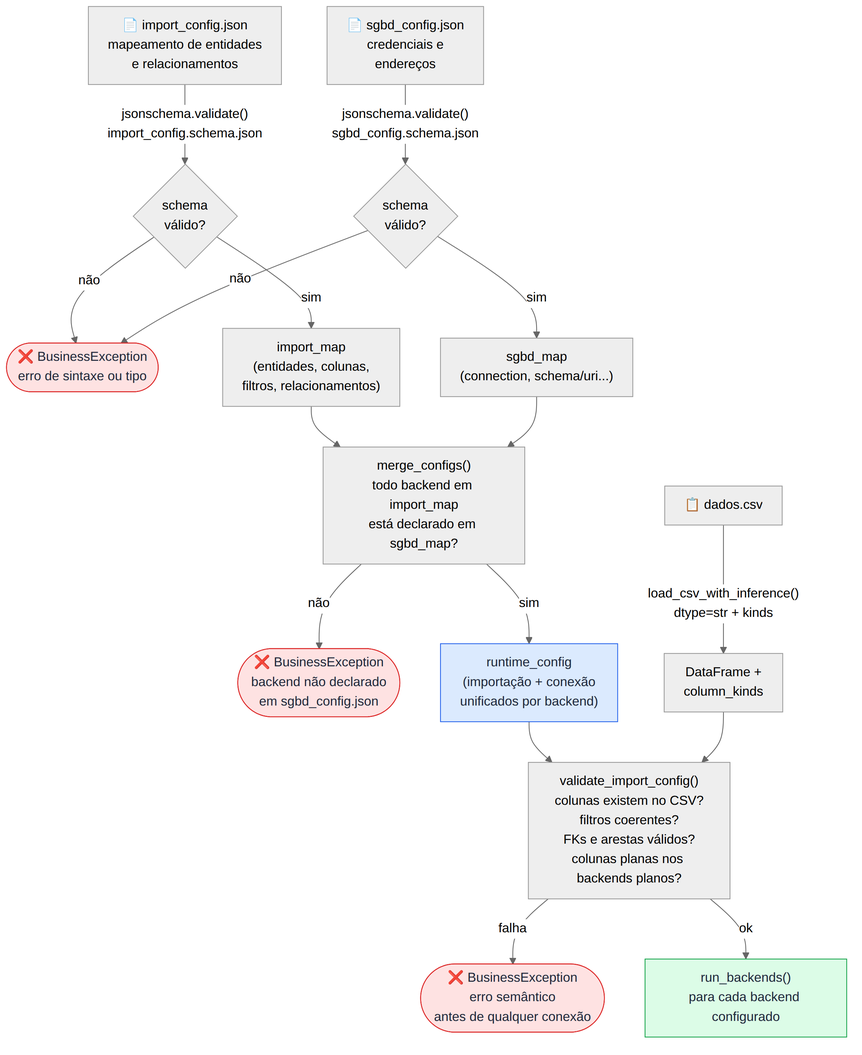
Above: docs-tcc/polyglot-tcc-latex-final/images/figure10-config-pipeline.png in lucasbc92/polyglot-import-csv (Mermaid), before the change. Its source is kept beside it as docs-tcc/polyglot-tcc-latex-final/images/figure10-config-pipeline.mmd. The source it was exported from:
```mermaid
flowchart TD
    A["📄 import_config.json\nmapeamento de entidades\ne relacionamentos"] -->|"jsonschema.validate()\nimport_config.schema.json"| B{schema\nválido?}
    C["📄 sgbd_config.json\ncredenciais e\nendereços"] -->|"jsonschema.validate()\nsgbd_config.schema.json"| D{schema\nválido?}

    B -->|não| E(["❌ BusinessException\nerro de sintaxe ou tipo"])
    D -->|não| E

    B -->|sim| F["import_map\n(entidades, colunas,\nfiltros, relacionamentos)"]
    D -->|sim| G["sgbd_map\n(connection, schema/uri...)"]

    F --> H["merge_configs()\ntodo backend em import_map\nestá declarado em sgbd_map?"]
    G --> H

    H -->|não| I(["❌ BusinessException\nbackend não declarado\nem sgbd_config.json"])
    H -->|sim| J["runtime_config\n(importação + conexão\nunificados por backend)"]

    K["📋 dados.csv"] -->|"load_csv_with_inference()\n dtype=str + kinds"| L["DataFrame +\ncolumn_kinds"]

    J --> M["validate_import_config()\ncolunas existem no CSV?\nfiltros coerentes?\nFKs e arestas válidos?\ncolunas planas nos backends planos?"]
    L --> M

    M -->|falha| N(["❌ BusinessException\nerro semântico\nantes de qualquer conexão"])
    M -->|ok| O["run_backends()\npara cada backend configurado"]

    style E fill:#fee2e2,stroke:#dc2626,color:#1e293b
    style I fill:#fee2e2,stroke:#dc2626,color:#1e293b
    style N fill:#fee2e2,stroke:#dc2626,color:#1e293b
    style O fill:#dcfce7,stroke:#16a34a,color:#1e293b
    style J fill:#dbeafe,stroke:#2563eb,color:#1e293b
```
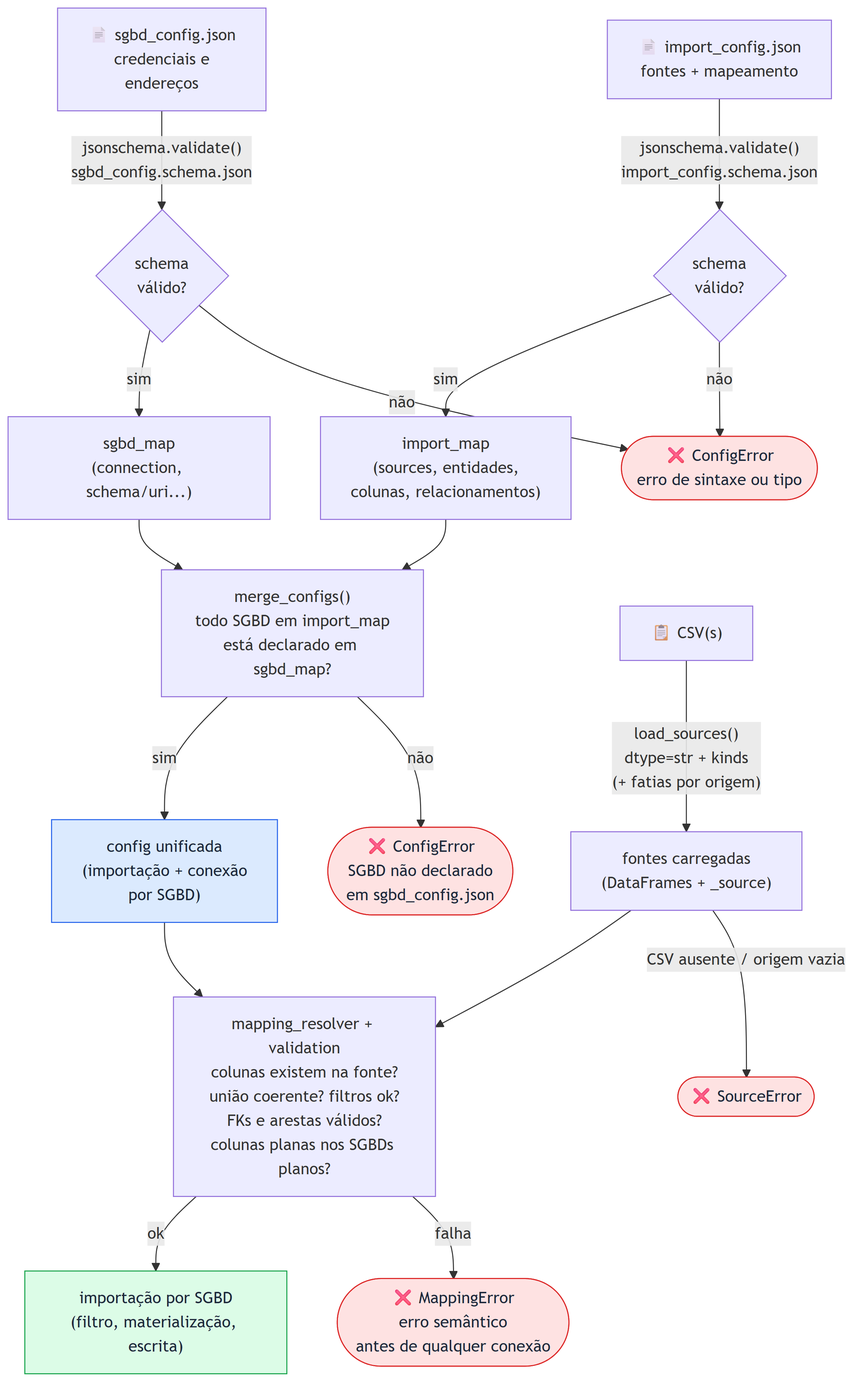
Later version of the same file.

Commit message:
docs(tcc): rewrite Chapter 4 for config v2 (sources model) + observability

Diff of the diagram source:
```diff
@@ -1,29 +1,32 @@
 flowchart TD
-    A["📄 import_config.json\nmapeamento de entidades\ne relacionamentos"] -->|"jsonschema.validate()\nimport_config.schema.json"| B{schema\nválido?}
+    A["📄 import_config.json\nfontes + mapeamento"] -->|"jsonschema.validate()\nimport_config.schema.json"| B{schema\nválido?}
     C["📄 sgbd_config.json\ncredenciais e\nendereços"] -->|"jsonschema.validate()\nsgbd_config.schema.json"| D{schema\nválido?}
 
-    B -->|não| E(["❌ BusinessException\nerro de sintaxe ou tipo"])
+    B -->|não| E(["❌ ConfigError\nerro de sintaxe ou tipo"])
     D -->|não| E
 
-    B -->|sim| F["import_map\n(entidades, colunas,\nfiltros, relacionamentos)"]
+    B -->|sim| F["import_map\n(sources, entidades,\ncolunas, relacionamentos)"]
     D -->|sim| G["sgbd_map\n(connection, schema/uri...)"]
 
-    F --> H["merge_configs()\ntodo backend em import_map\nestá declarado em sgbd_map?"]
+    F --> H["merge_configs()\ntodo SGBD em import_map\nestá declarado em sgbd_map?"]
     G --> H
 
-    H -->|não| I(["❌ BusinessException\nbackend não declarado\nem sgbd_config.json"])
-    H -->|sim| J["runtime_config\n(importação + conexão\nunificados por backend)"]
+    H -->|não| I(["❌ ConfigError\nSGBD não declarado\nem sgbd_config.json"])
+    H -->|sim| J["config unificada\n(importação + conexão\npor SGBD)"]
 
-    K["📋 dados.csv"] -->|"load_csv_with_inference()\n dtype=str + kinds"| L["DataFrame +\ncolumn_kinds"]
+    K["📋 CSV(s)"] -->|"load_sources()\ndtype=str + kinds\n(+ fatias por origem)"| L["fontes carregadas\n(DataFrames + _source)"]
 
-    J --> M["validate_import_config()\ncolunas existem no CSV?\nfiltros coerentes?\nFKs e arestas válidos?\ncolunas planas nos backends planos?"]
+    L -->|"CSV ausente / origem vazia"| SE(["❌ SourceError"])
+
+    J --> M["mapping_resolver + validation\ncolunas existem na fonte?\nunião coerente? filtros ok?\nFKs e arestas válidos?\ncolunas planas nos SGBDs planos?"]
     L --> M
 
-    M -->|falha| N(["❌ BusinessException\nerro semântico\nantes de qualquer conexão"])
-    M -->|ok| O["run_backends()\npara cada backend configurado"]
+    M -->|falha| N(["❌ MappingError\nerro semântico\nantes de qualquer conexão"])
+    M -->|ok| O["importação por SGBD\n(filtro, materialização, escrita)"]
 
     style E fill:#fee2e2,stroke:#dc2626,color:#1e293b
     style I fill:#fee2e2,stroke:#dc2626,color:#1e293b
     style N fill:#fee2e2,stroke:#dc2626,color:#1e293b
+    style SE fill:#fee2e2,stroke:#dc2626,color:#1e293b
     style O fill:#dcfce7,stroke:#16a34a,color:#1e293b
     style J fill:#dbeafe,stroke:#2563eb,color:#1e293b
```
